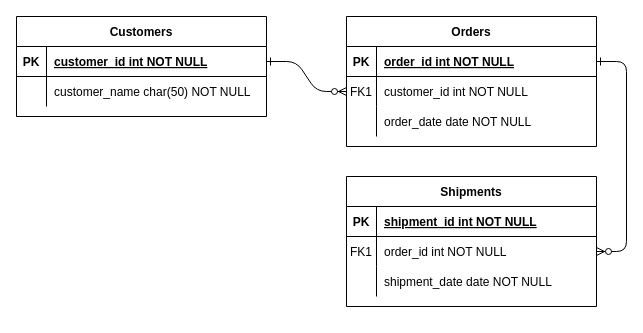
The draw.io diagram 제목 없는 다이어그램.drawio in brightlcy/java.week2, before the edit. Source tidied: cells renumbered, new cells numbered last; positions are measured from the earlier drawing's top-left corner, leaving out a move shared by most shapes. Both pictures are drawn from the tidied source at 100%, with x=0, y=0 at pixel (16, 16).
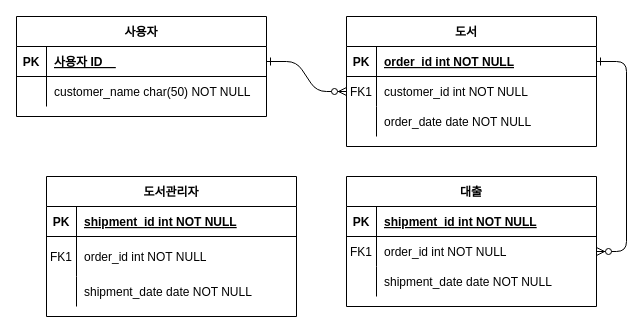
After the change.

Commit message:
제목 없는 다이어그램.drawio 업데이트

Unchanged cells that the change refers to:
```xml
<mxCell id="25" style="shape=partialRectangle;fillColor=none;points=[[0,0.5],[1,0.5]];portConstraint=eastwest;top=0;left=0;right=0;bottom=1;" parent="24" vertex="1">
  <mxGeometry y="30" width="250" height="30" as="geometry" />
</mxCell>
```

What changed in the source:
```diff
@@
-    <mxCell id="4" value="Orders" style="shape=table;startSize=30;childLayout=tableLayout;rowLines=0;fontStyle=1;align=center;" parent="1" vertex="1">
+    <mxCell id="4" value="도서   " style="shape=table;startSize=30;childLayout=tableLayout;rowLines=0;fontStyle=1;align=center;" parent="1" vertex="1">
       <mxGeometry x="330" width="250" height="130" as="geometry" />
     </mxCell>
@@
-    <mxCell id="14" value="Shipments" style="shape=table;startSize=30;childLayout=tableLayout;rowLines=0;fontStyle=1;align=center;" parent="1" vertex="1">
+    <mxCell id="14" value="대출" style="shape=table;startSize=30;childLayout=tableLayout;rowLines=0;fontStyle=1;align=center;" parent="1" vertex="1">
       <mxGeometry x="330" y="160" width="250" height="130" as="geometry" />
     </mxCell>
@@
-    <mxCell id="24" value="Customers" style="shape=table;startSize=30;childLayout=tableLayout;rowLines=0;fontStyle=1;align=center;" parent="1" vertex="1">
+    <mxCell id="24" value="사용자" style="shape=table;startSize=30;childLayout=tableLayout;rowLines=0;fontStyle=1;align=center;" parent="1" vertex="1">
       <mxGeometry width="250" height="100" as="geometry" />
     </mxCell>
@@
-    <mxCell id="27" value="customer_id int NOT NULL " style="shape=partialRectangle;overflow=hidden;fillColor=none;top=0;left=0;bottom=0;right=0;align=left;spacingLeft=6;fontStyle=5;" parent="25" vertex="1">
+    <mxCell id="27" value="사용자 ID    " style="shape=partialRectangle;overflow=hidden;fillColor=none;top=0;left=0;bottom=0;right=0;align=left;spacingLeft=6;fontStyle=5;" parent="25" vertex="1">
       <mxGeometry x="30" width="220" height="30" as="geometry" />
     </mxCell>
@@
+    <mxCell id="31" value="도서관리자" style="shape=table;startSize=30;childLayout=tableLayout;rowLines=0;fontStyle=1;align=center;" parent="1" vertex="1">
+      <mxGeometry x="30" y="160" width="250" height="140" as="geometry" />
+    </mxCell>
+    <mxCell id="32" style="shape=partialRectangle;fillColor=none;top=0;left=0;right=0;bottom=1;" parent="31" vertex="1">
+      <mxGeometry y="30" width="250" height="30" as="geometry" />
+    </mxCell>
+    <mxCell id="33" value="PK" style="shape=partialRectangle;overflow=hidden;fillColor=none;top=0;left=0;bottom=0;right=0;fontStyle=1;" parent="32" vertex="1">
+      <mxGeometry width="30" height="30" as="geometry" />
+    </mxCell>
+    <mxCell id="34" value="shipment_id int NOT NULL " style="shape=partialRectangle;overflow=hidden;fillColor=none;top=0;left=0;bottom=0;right=0;align=left;spacingLeft=6;fontStyle=5;" parent="32" vertex="1">
+      <mxGeometry x="30" width="220" height="30" as="geometry" />
+    </mxCell>
+    <mxCell id="35" style="shape=partialRectangle;fillColor=none;top=0;left=0;right=0;bottom=0;" parent="31" vertex="1">
+      <mxGeometry y="60" width="250" height="40" as="geometry" />
+    </mxCell>
+    <mxCell id="36" value="FK1" style="shape=partialRectangle;overflow=hidden;fillColor=none;top=0;left=0;bottom=0;right=0;" parent="35" vertex="1">
+      <mxGeometry width="30" height="40" as="geometry" />
+    </mxCell>
+    <mxCell id="37" value="order_id int NOT NULL" style="shape=partialRectangle;overflow=hidden;fillColor=none;top=0;left=0;bottom=0;right=0;align=left;spacingLeft=6;" parent="35" vertex="1">
+      <mxGeometry x="30" width="220" height="40" as="geometry" />
+    </mxCell>
+    <mxCell id="38" style="shape=partialRectangle;fillColor=none;top=0;left=0;right=0;bottom=0;" parent="31" vertex="1">
+      <mxGeometry y="100" width="250" height="30" as="geometry" />
+    </mxCell>
+    <mxCell id="39" style="shape=partialRectangle;overflow=hidden;fillColor=none;top=0;left=0;bottom=0;right=0;" parent="38" vertex="1">
+      <mxGeometry width="30" height="30" as="geometry" />
+    </mxCell>
+    <mxCell id="40" value="shipment_date date NOT NULL" style="shape=partialRectangle;overflow=hidden;fillColor=none;top=0;left=0;bottom=0;right=0;align=left;spacingLeft=6;" parent="38" vertex="1">
+      <mxGeometry x="30" width="220" height="30" as="geometry" />
+    </mxCell>
```
